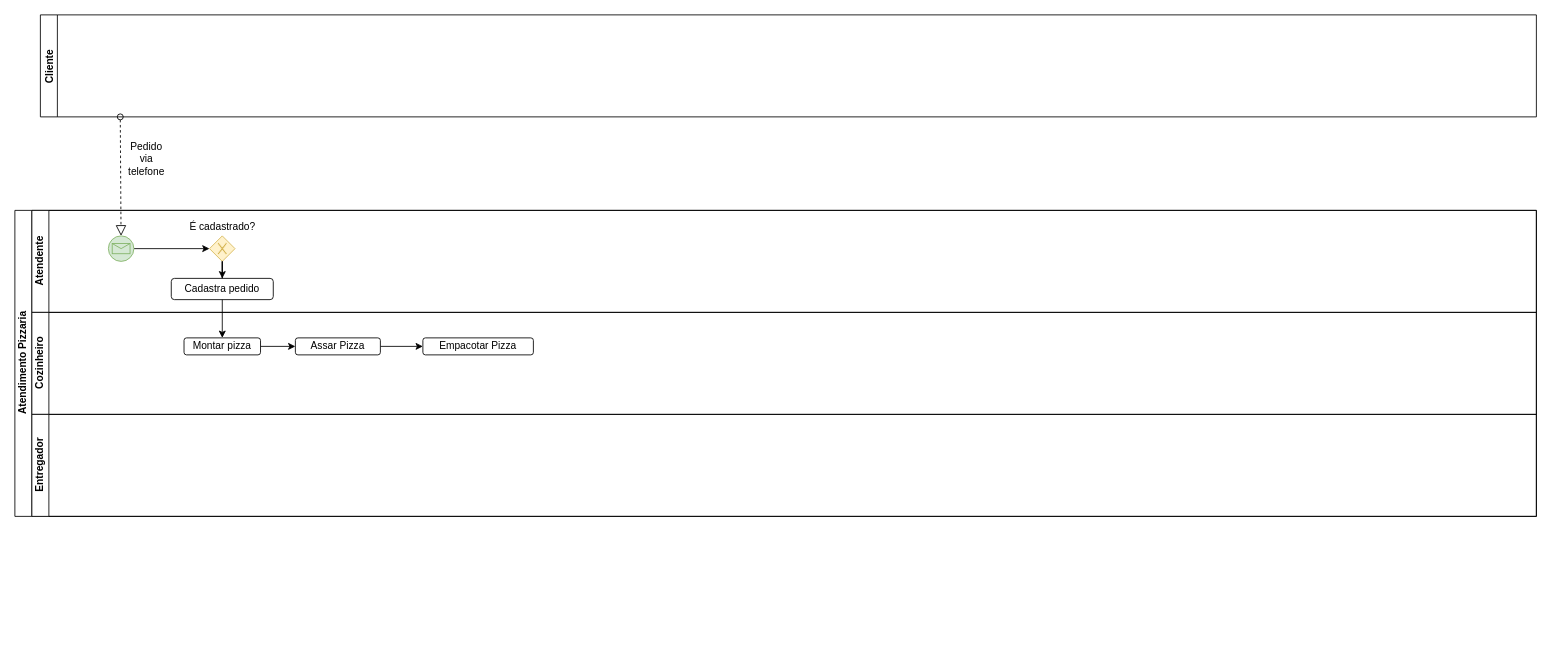
Above: trabalho2.drawio in gusleaooliveira/bpmn (draw.io), before the change. Source tidied: cells renumbered, new cells numbered last; positions are measured from the earlier drawing's top-left corner, leaving out a move shared by most shapes. Both pictures are drawn from the tidied source at 85%, with x=0, y=0 at pixel (14, 14).
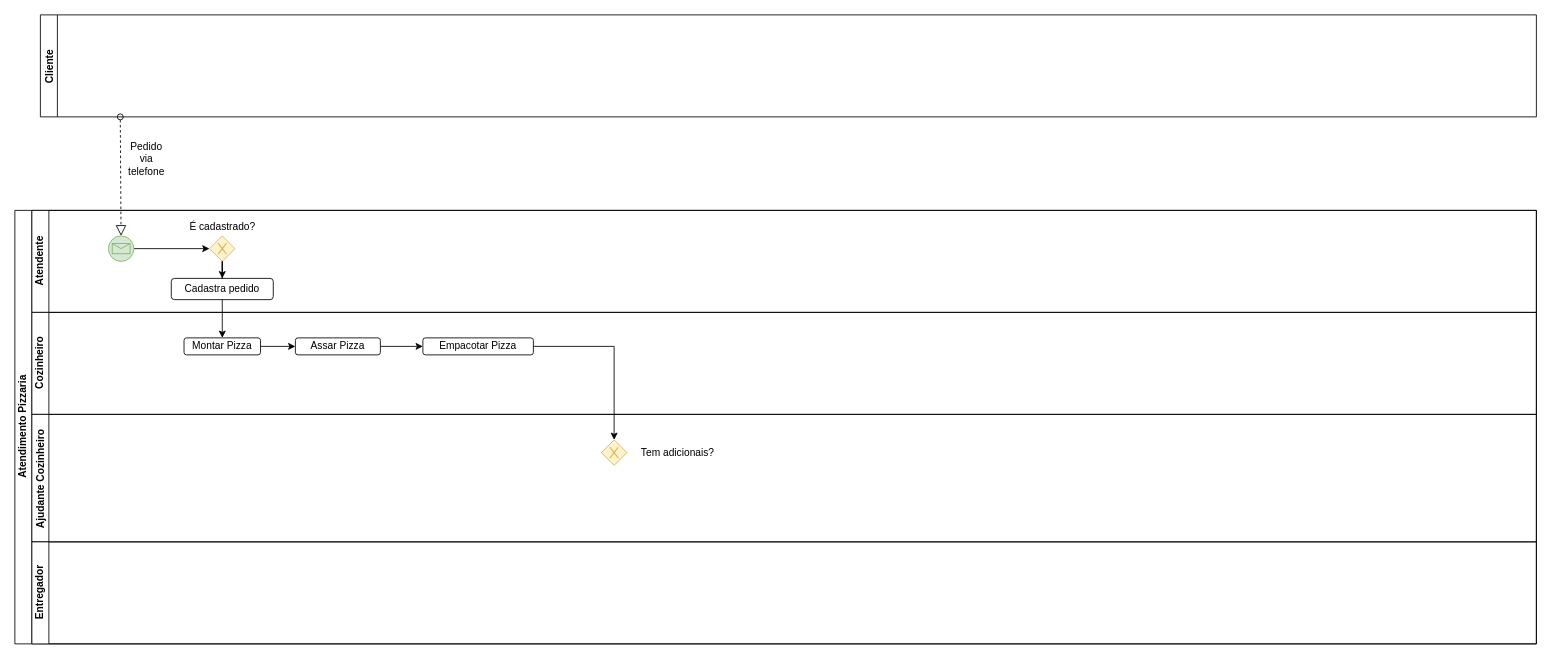
The same diagram, later.

Unchanged cells that the change refers to:
```xml
<mxCell id="10" value="Cozinheiro" style="swimlane;html=1;startSize=20;horizontal=0;" parent="2" vertex="1">
  <mxGeometry x="20" y="120" width="1770" height="120" as="geometry" />
</mxCell>
<mxCell id="15" value="Empacotar Pizza" style="shape=ext;rounded=1;html=1;whiteSpace=wrap;" parent="10" vertex="1">
  <mxGeometry x="460" y="30" width="130" height="20" as="geometry" />
</mxCell>
```

The edit, as a diff of the source:
```diff
@@
     <mxCell id="2" value="Atendimento Pizzaria" style="swimlane;html=1;horizontal=0;startSize=20;" parent="1" vertex="1">
-      <mxGeometry y="230" width="1790" height="360" as="geometry" />
+      <mxGeometry y="230" width="1790" height="510" as="geometry" />
     </mxCell>
@@
-    <mxCell id="12" value="Montar pizza" style="shape=ext;rounded=1;html=1;whiteSpace=wrap;" parent="10" vertex="1">
+    <mxCell id="12" value="Montar Pizza" style="shape=ext;rounded=1;html=1;whiteSpace=wrap;" parent="10" vertex="1">
       <mxGeometry x="179" y="30" width="90" height="20" as="geometry" />
     </mxCell>
@@
+    <mxCell id="21" value="Ajudante Cozinheiro" style="swimlane;startSize=20;horizontal=0;" parent="2" vertex="1">
+      <mxGeometry x="20" y="240" width="1770" height="150" as="geometry" />
+    </mxCell>
+    <mxCell id="22" style="shape=mxgraph.bpmn.shape;html=1;verticalLabelPosition=bottom;labelBackgroundColor=#ffffff;verticalAlign=top;align=center;perimeter=rhombusPerimeter;background=gateway;outlineConnect=0;outline=none;symbol=exclusiveGw;fillColor=#fff2cc;strokeColor=#d6b656;" parent="21" vertex="1">
+      <mxGeometry x="670" y="30" width="30" height="30" as="geometry" />
+    </mxCell>
+    <mxCell id="23" value="Tem adicionais?" style="text;html=1;strokeColor=none;fillColor=none;align=center;verticalAlign=middle;whiteSpace=wrap;rounded=0;" parent="21" vertex="1">
+      <mxGeometry x="710" y="35" width="100" height="20" as="geometry" />
+    </mxCell>
     <mxCell id="16" value="Entregador" style="swimlane;html=1;startSize=20;horizontal=0;" parent="2" vertex="1">
-      <mxGeometry x="20" y="240" width="1770" height="120" as="geometry" />
+      <mxGeometry x="20" y="390" width="1770" height="120" as="geometry" />
     </mxCell>
@@
+    <mxCell id="24" style="edgeStyle=orthogonalEdgeStyle;rounded=0;jettySize=auto;html=1;" parent="2" edge="1" source="15" target="22">
+      <mxGeometry relative="1" as="geometry" />
+    </mxCell>
```
